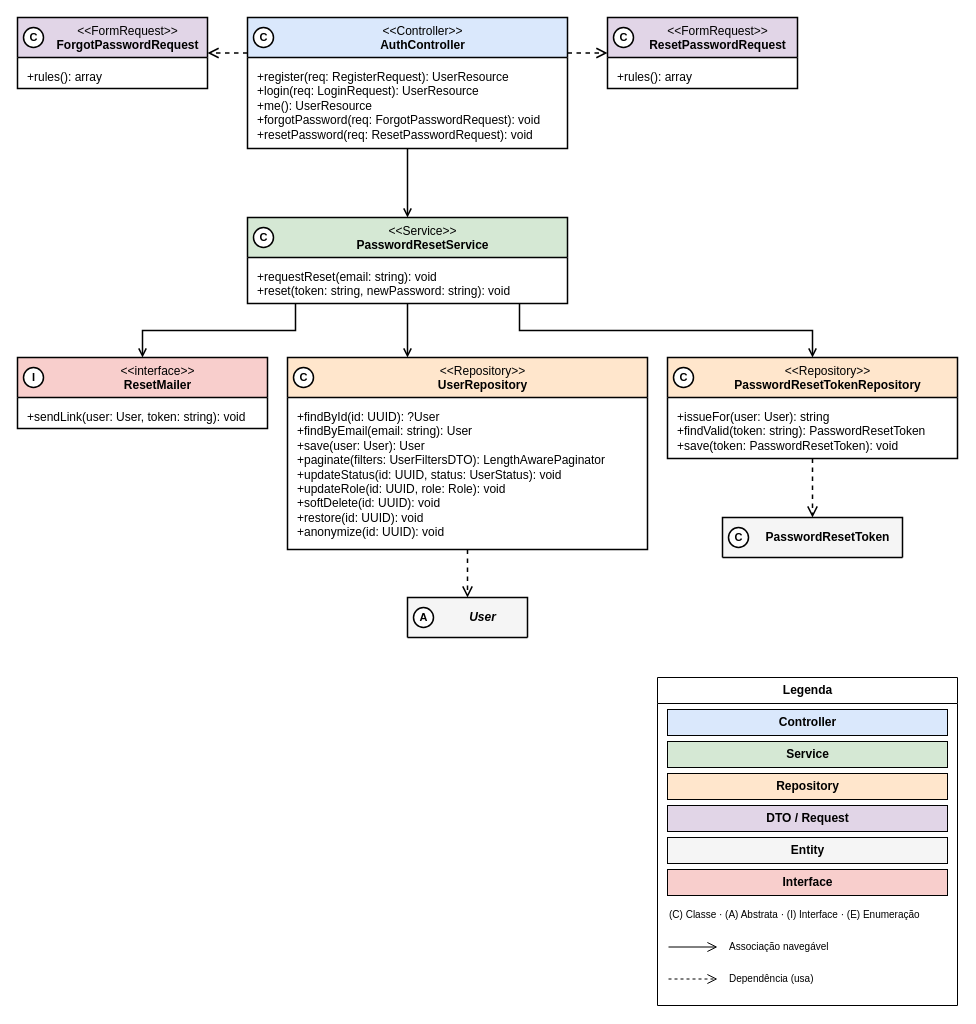
The draw.io diagram especificacao/diagramas/13-classes-area-a-implementacao-recuperacao.drawio in Plataforma-de-Cursos-TCC/plataforma-cursos-docs, before the edit. Source tidied: cells renumbered, new cells numbered last; positions are measured from the earlier drawing's top-left corner, leaving out a move shared by most shapes. Both pictures are drawn from the tidied source at 100%, with x=0, y=0 at pixel (17, 17).
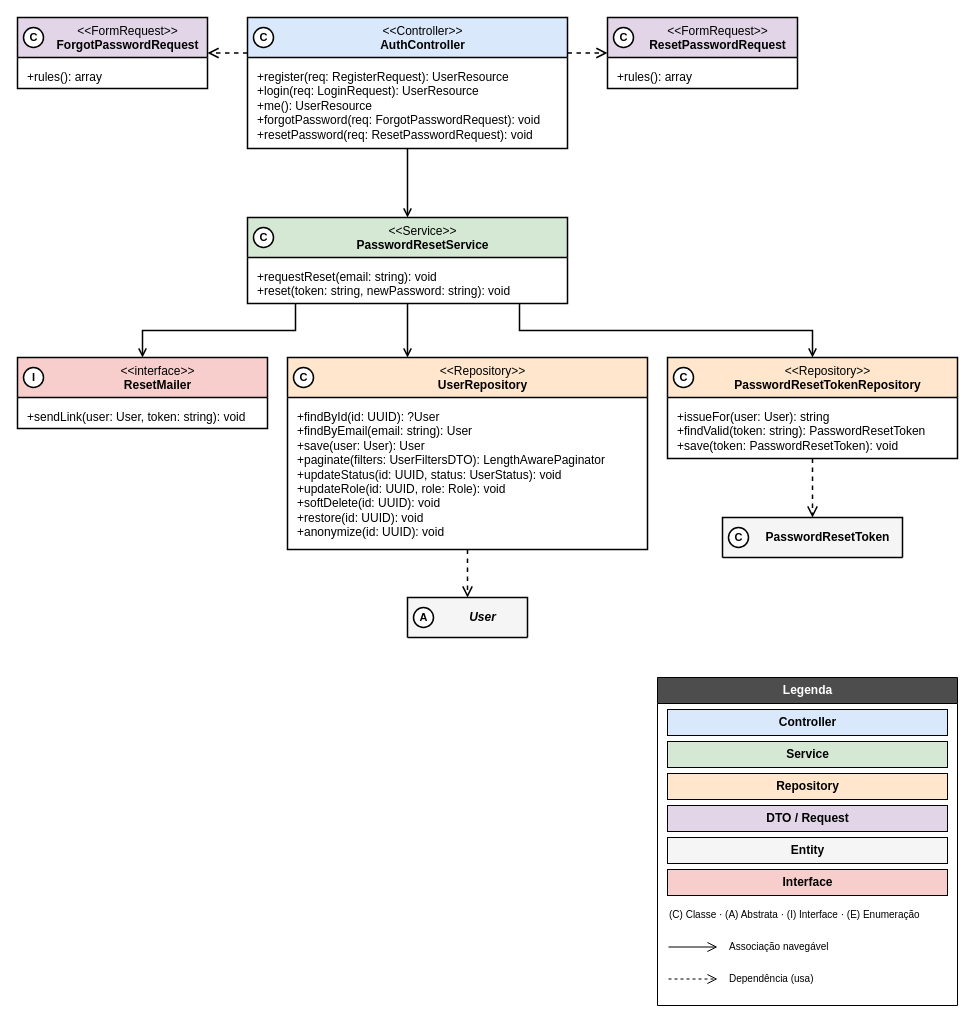
After the change.

Diff of the diagram source:
```diff
@@
-    <mxCell id="35" value="Legenda" style="swimlane;html=1;rounded=0;startSize=26;fontStyle=1;fillColor=#FFFFFF;swimlaneFillColor=#FFFFFF;strokeColor=#000000;" parent="1" vertex="1">
+    <mxCell id="35" value="Legenda" style="swimlane;html=1;rounded=0;startSize=26;fontStyle=1;fillColor=#4D4D4D;fontColor=#FFFFFF;swimlaneFillColor=#FFFFFF;strokeColor=#000000;" parent="1" vertex="1">
       <mxGeometry x="640" y="660" width="300" height="328" as="geometry" />
     </mxCell>
```
